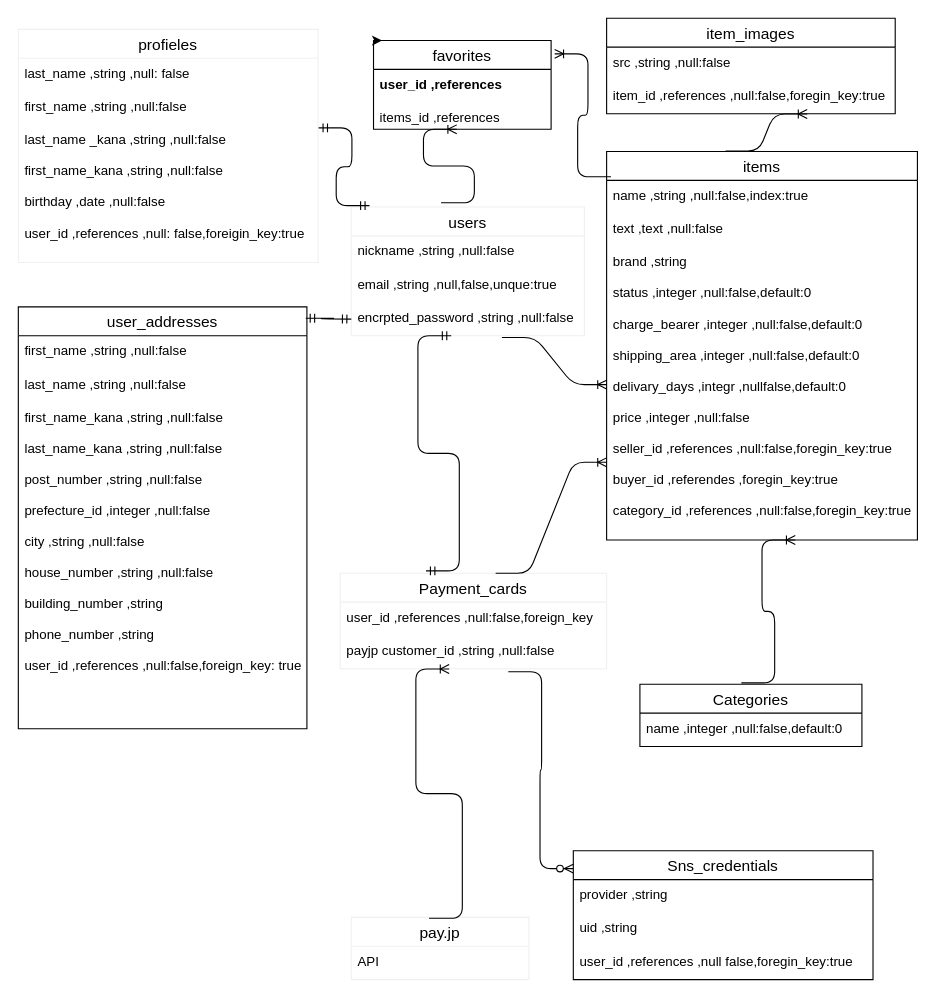
The draw.io diagram app/views/database.dio in takared44/furima-36069, before the edit. Source tidied: cells renumbered, new cells numbered last; positions are measured from the earlier drawing's top-left corner, leaving out a move shared by most shapes. Both pictures are drawn from the tidied source at 111%, with x=0, y=0 at pixel (18, 18).
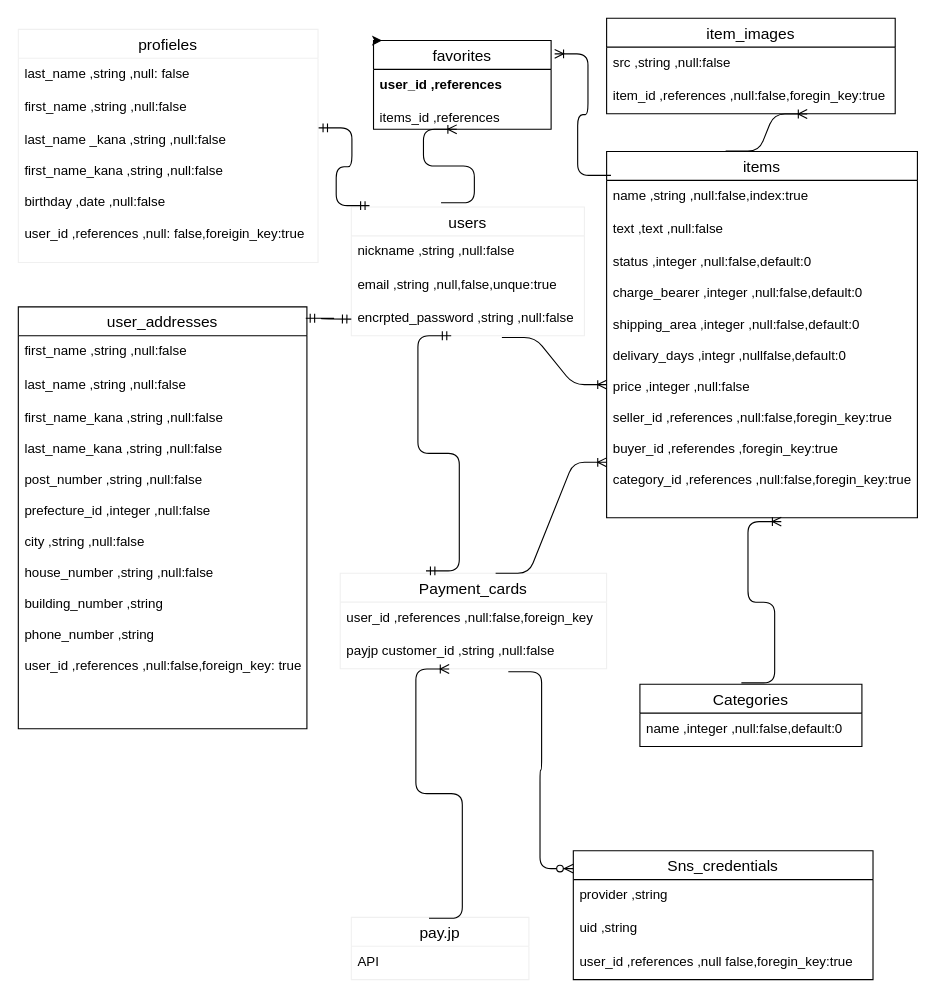
After the change.

Commit message:
ER図ブランド削除

The change refers to these unchanged cells:
```xml
<mxCell id="30" value="Categories" style="swimlane;fontStyle=0;horizontal=1;startSize=26;align=center;fontSize=14;fillColor=none;gradientColor=none;" parent="1" vertex="1">
  <mxGeometry x="560" y="600" width="200" height="56" as="geometry" />
</mxCell>
```

What changed in the source:
```diff
@@
     <mxCell id="26" value="items" style="swimlane;fontStyle=0;horizontal=1;startSize=26;align=center;fontSize=14;fillColor=none;gradientColor=none;" parent="1" vertex="1">
-      <mxGeometry x="530" y="120" width="280" height="350" as="geometry" />
+      <mxGeometry x="530" y="120" width="280" height="330" as="geometry" />
     </mxCell>
@@
-    <mxCell id="29" value="brand ,string&#10;&#10;status ,integer ,null:false,default:0&#10;&#10;charge_bearer ,integer ,null:false,default:0&#10;&#10;shipping_area ,integer ,null:false,default:0&#10;&#10;delivary_days ,integr ,nullfalse,default:0&#10;&#10;price ,integer ,null:false&#10;&#10;seller_id ,references ,null:false,foregin_key:true&#10;&#10;buyer_id ,referendes ,foregin_key:true&#10;&#10;category_id ,references ,null:false,foregin_key:true&#10;&#10;" style="text;strokeColor=none;fillColor=none;spacingLeft=4;spacingRight=4;overflow=hidden;points=[[0,0.5],[1,0.5]];portConstraint=eastwest;fontSize=12;" parent="26" vertex="1">
-      <mxGeometry y="86" width="280" height="264" as="geometry" />
+    <mxCell id="29" value="status ,integer ,null:false,default:0&#10;&#10;charge_bearer ,integer ,null:false,default:0&#10;&#10;shipping_area ,integer ,null:false,default:0&#10;&#10;delivary_days ,integr ,nullfalse,default:0&#10;&#10;price ,integer ,null:false&#10;&#10;seller_id ,references ,null:false,foregin_key:true&#10;&#10;buyer_id ,referendes ,foregin_key:true&#10;&#10;category_id ,references ,null:false,foregin_key:true&#10;&#10;" style="text;strokeColor=none;fillColor=none;spacingLeft=4;spacingRight=4;overflow=hidden;points=[[0,0.5],[1,0.5]];portConstraint=eastwest;fontSize=12;" parent="26" vertex="1">
+      <mxGeometry y="86" width="280" height="244" as="geometry" />
     </mxCell>
@@
-    <mxCell id="38" style="edgeStyle=entityRelationEdgeStyle;fontSize=12;html=1;endArrow=ERoneToMany;exitX=0.457;exitY=-0.024;exitDx=0;exitDy=0;exitPerimeter=0;" parent="1" edge="1" source="30">
-      <mxGeometry relative="1" as="geometry">
-        <mxPoint x="700" y="470" as="targetPoint" />
-      </mxGeometry>
+    <mxCell id="38" style="edgeStyle=entityRelationEdgeStyle;fontSize=12;html=1;endArrow=ERoneToMany;exitX=0.457;exitY=-0.024;exitDx=0;exitDy=0;exitPerimeter=0;entryX=0.562;entryY=1.014;entryDx=0;entryDy=0;entryPerimeter=0;" parent="1" edge="1" source="30" target="29">
+      <mxGeometry relative="1" as="geometry" />
     </mxCell>
```
